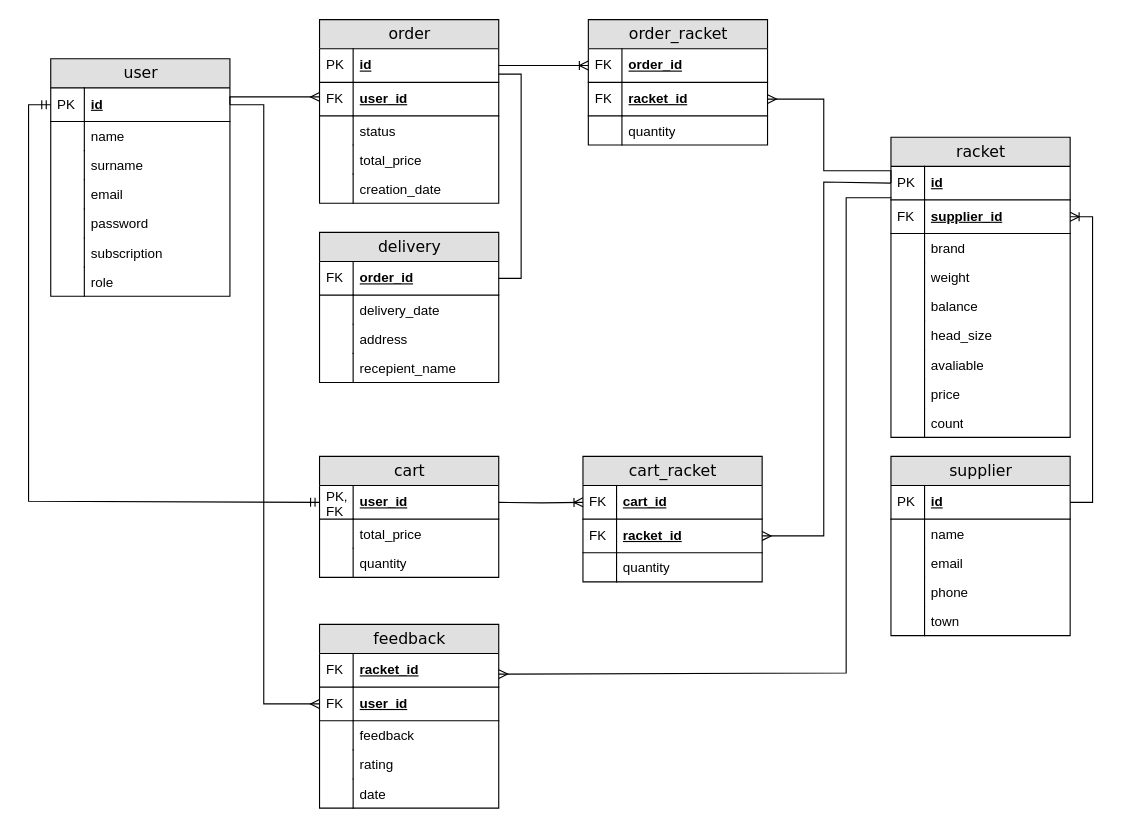
The draw.io diagram page "Page-2" (2 of 2) of schemes/raws/ER-data_base.drawio in mshsvnv/SoftwareDesign, before the edit. Source tidied: cells renumbered, new cells numbered last; positions are measured from the earlier drawing's top-left corner, leaving out a move shared by most shapes. Both pictures are drawn from the tidied source at 112%, with x=0, y=0 at pixel (28, 19).
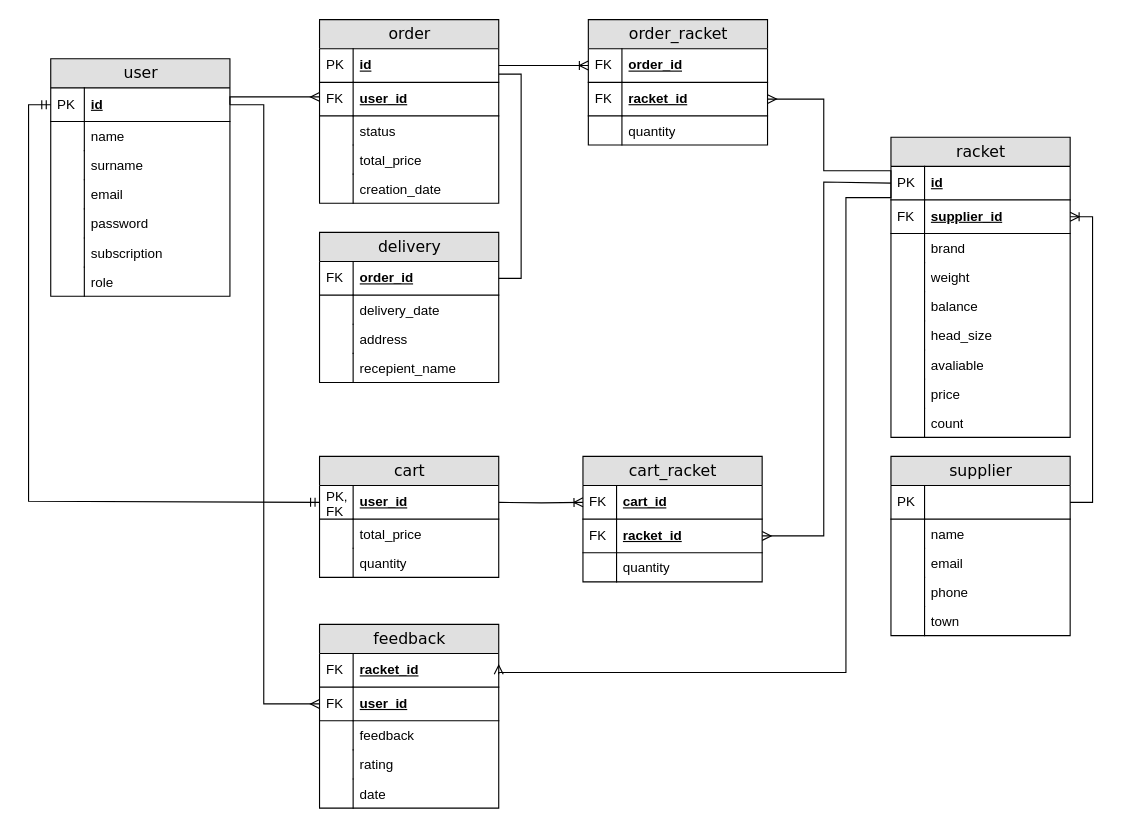
Above is the later version.

Unchanged cells that the change refers to:
```xml
<mxCell id="29" value="id" style="shape=partialRectangle;top=0;left=0;right=0;bottom=1;align=left;verticalAlign=middle;fillColor=none;spacingLeft=34;spacingRight=4;whiteSpace=wrap;overflow=hidden;points=[[0,0.5],[1,0.5]];portConstraint=eastwest;fontStyle=5;swimlaneLine=1;html=1;fontColor=default;" parent="28" vertex="1">
  <mxGeometry y="26" width="160" height="30" as="geometry" />
</mxCell>
<mxCell id="73" value="supplier" style="swimlane;fontStyle=0;horizontal=1;startSize=26;fillColor=#e0e0e0;swimlaneFillColor=#ffffff;align=center;rounded=0;shadow=0;comic=0;labelBackgroundColor=none;strokeWidth=1;fontFamily=Verdana;fontSize=14;swimlaneLine=1;html=1;fontColor=default;" parent="1" vertex="1">
  <mxGeometry x="770" y="390" width="160" height="160" as="geometry" />
</mxCell>
<mxCell id="84" value="feedback" style="swimlane;fontStyle=0;horizontal=1;startSize=26;fillColor=#e0e0e0;swimlaneFillColor=#ffffff;align=center;rounded=0;shadow=0;comic=0;labelBackgroundColor=none;strokeWidth=1;fontFamily=Verdana;fontSize=14;swimlaneLine=1;html=1;fontColor=default;" parent="1" vertex="1">
  <mxGeometry x="259.8" y="540" width="160" height="164" as="geometry" />
</mxCell>
```

Diff of the diagram source:
```diff
@@
-    <mxCell id="74" value="id" style="shape=partialRectangle;top=0;left=0;right=0;bottom=1;align=left;verticalAlign=middle;fillColor=none;spacingLeft=34;spacingRight=4;whiteSpace=wrap;overflow=hidden;points=[[0,0.5],[1,0.5]];portConstraint=eastwest;fontStyle=5;swimlaneLine=1;html=1;fontColor=default;" parent="73" vertex="1">
+    <mxCell id="74" style="shape=partialRectangle;top=0;left=0;right=0;bottom=1;align=left;verticalAlign=middle;fillColor=none;spacingLeft=34;spacingRight=4;whiteSpace=wrap;overflow=hidden;points=[[0,0.5],[1,0.5]];portConstraint=eastwest;fontStyle=5;swimlaneLine=1;html=1;fontColor=default;" parent="73" vertex="1">
       <mxGeometry y="26" width="160" height="30" as="geometry" />
     </mxCell>
@@
-    <mxCell id="85" style="edgeStyle=orthogonalEdgeStyle;rounded=0;orthogonalLoop=1;jettySize=auto;exitX=0.003;exitY=0.821;exitDx=0;exitDy=0;entryX=1;entryY=0.5;entryDx=0;entryDy=0;exitPerimeter=0;endArrow=ERmany;endFill=0;swimlaneLine=1;html=1;fontColor=default;" parent="84" edge="1">
+    <mxCell id="85" style="edgeStyle=orthogonalEdgeStyle;rounded=0;jettySize=auto;exitX=0;exitY=0.5;exitDx=0;exitDy=0;entryX=1;entryY=0.5;entryDx=0;entryDy=0;endArrow=ERmany;endFill=0;swimlaneLine=1;html=1;fontColor=default;" parent="84" edge="1" source="29">
       <mxGeometry relative="1" as="geometry">
-        <mxPoint x="510.7" y="-380.9" as="sourcePoint" />
         <mxPoint x="160" y="44.4" as="targetPoint" />
         <Array as="points">
-          <mxPoint x="470.2" y="-380.6" />
-          <mxPoint x="470.2" y="43.4" />
-          <mxPoint x="160.2" y="43.4" />
+          <mxPoint x="510" y="-381" />
+          <mxPoint x="470" y="-381" />
+          <mxPoint x="470" y="43" />
+          <mxPoint x="160" y="43" />
         </Array>
       </mxGeometry>
     </mxCell>
```
